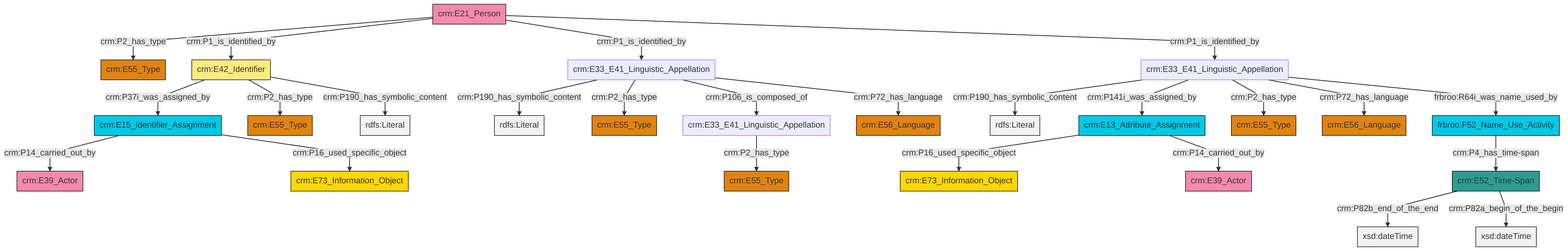
swiss-art-research-net/reference-data-models keeps this Mermaid diagram as et/personCSV/ttl/mmd/png/Person_Names_and_Classification.png. Above is the earlier version. Its source is kept beside it as et/personCSV/ttl/mmd/Person_Names_and_Classification.ttl.mmd.
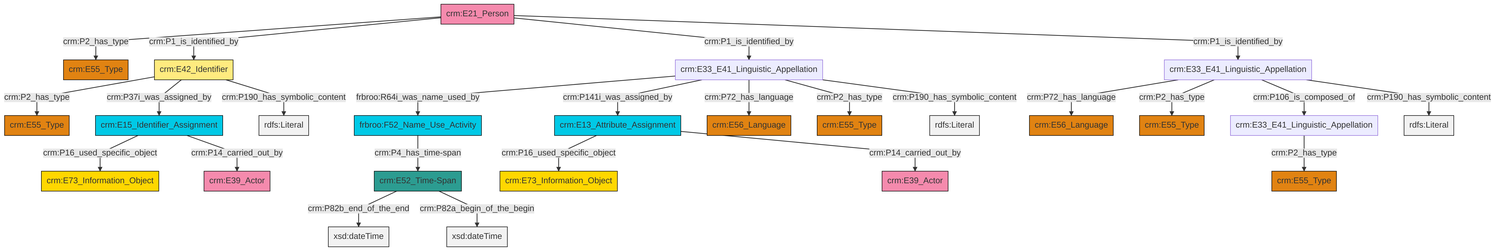
The same diagram one commit later.

The edit, as a diff of the source:
```diff
@@ -13,27 +13,27 @@
 classDef PC_Classes fill:#4ce600, stroke:#000000;
 classDef Multi fill:#cccccc,stroke:#000000;
 
-2["frbroo:F52_Name_Use_Activity"]:::Temporal_Entity -->|crm:P4_has_time-span| 3["crm:E52_Time-Span"]:::Time-Span
-6["crm:E13_Attribute_Assignment"]:::Temporal_Entity -->|crm:P16_used_specific_object| 4["crm:E73_Information_Object"]:::Conceptual_Object
-7["crm:E33_E41_Linguistic_Appellation"]:::Default -->|crm:P2_has_type| 8["crm:E55_Type"]:::Type
-13["crm:E33_E41_Linguistic_Appellation"]:::Default -->|crm:P190_has_symbolic_content| 17[rdfs:Literal]:::Literal
-18["crm:E33_E41_Linguistic_Appellation"]:::Default -->|crm:P190_has_symbolic_content| 19[rdfs:Literal]:::Literal
-20["crm:E21_Person"]:::Actor -->|crm:P2_has_type| 21["crm:E55_Type"]:::Type
-23["crm:E15_Identifier_Assignment"]:::Temporal_Entity -->|crm:P14_carried_out_by| 24["crm:E39_Actor"]:::Actor
-20["crm:E21_Person"]:::Actor -->|crm:P1_is_identified_by| 0["crm:E42_Identifier"]:::Appellation
-0["crm:E42_Identifier"]:::Appellation -->|crm:P37i_was_assigned_by| 23["crm:E15_Identifier_Assignment"]:::Temporal_Entity
-6["crm:E13_Attribute_Assignment"]:::Temporal_Entity -->|crm:P14_carried_out_by| 9["crm:E39_Actor"]:::Actor
-20["crm:E21_Person"]:::Actor -->|crm:P1_is_identified_by| 18["crm:E33_E41_Linguistic_Appellation"]:::Default
-0["crm:E42_Identifier"]:::Appellation -->|crm:P2_has_type| 28["crm:E55_Type"]:::Type
-13["crm:E33_E41_Linguistic_Appellation"]:::Default -->|crm:P141i_was_assigned_by| 6["crm:E13_Attribute_Assignment"]:::Temporal_Entity
-13["crm:E33_E41_Linguistic_Appellation"]:::Default -->|crm:P2_has_type| 31["crm:E55_Type"]:::Type
-18["crm:E33_E41_Linguistic_Appellation"]:::Default -->|crm:P2_has_type| 15["crm:E55_Type"]:::Type
-13["crm:E33_E41_Linguistic_Appellation"]:::Default -->|crm:P72_has_language| 29["crm:E56_Language"]:::Type
-13["crm:E33_E41_Linguistic_Appellation"]:::Default -->|frbroo:R64i_was_name_used_by| 2["frbroo:F52_Name_Use_Activity"]:::Temporal_Entity
-18["crm:E33_E41_Linguistic_Appellation"]:::Default -->|crm:P106_is_composed_of| 7["crm:E33_E41_Linguistic_Appellation"]:::Default
-20["crm:E21_Person"]:::Actor -->|crm:P1_is_identified_by| 13["crm:E33_E41_Linguistic_Appellation"]:::Default
-18["crm:E33_E41_Linguistic_Appellation"]:::Default -->|crm:P72_has_language| 40["crm:E56_Language"]:::Type
-3["crm:E52_Time-Span"]:::Time-Span -->|crm:P82b_end_of_the_end| 42[xsd:dateTime]:::Literal
-3["crm:E52_Time-Span"]:::Time-Span -->|crm:P82a_begin_of_the_begin| 43[xsd:dateTime]:::Literal
-0["crm:E42_Identifier"]:::Appellation -->|crm:P190_has_symbolic_content| 45[rdfs:Literal]:::Literal
-23["crm:E15_Identifier_Assignment"]:::Temporal_Entity -->|crm:P16_used_specific_object| 11["crm:E73_Information_Object"]:::Conceptual_Object
+0["crm:E13_Attribute_Assignment"]:::Temporal_Entity -->|crm:P16_used_specific_object| 1["crm:E73_Information_Object"]:::Conceptual_Object
+2["crm:E42_Identifier"]:::Appellation -->|crm:P2_has_type| 3["crm:E55_Type"]:::Type
+4["crm:E21_Person"]:::Actor -->|crm:P2_has_type| 5["crm:E55_Type"]:::Type
+10["crm:E33_E41_Linguistic_Appellation"]:::Default -->|frbroo:R64i_was_name_used_by| 8["frbroo:F52_Name_Use_Activity"]:::Temporal_Entity
+8["frbroo:F52_Name_Use_Activity"]:::Temporal_Entity -->|crm:P4_has_time-span| 13["crm:E52_Time-Span"]:::Time-Span
+10["crm:E33_E41_Linguistic_Appellation"]:::Default -->|crm:P141i_was_assigned_by| 0["crm:E13_Attribute_Assignment"]:::Temporal_Entity
+20["crm:E15_Identifier_Assignment"]:::Temporal_Entity -->|crm:P16_used_specific_object| 17["crm:E73_Information_Object"]:::Conceptual_Object
+2["crm:E42_Identifier"]:::Appellation -->|crm:P37i_was_assigned_by| 20["crm:E15_Identifier_Assignment"]:::Temporal_Entity
+15["crm:E33_E41_Linguistic_Appellation"]:::Default -->|crm:P72_has_language| 24["crm:E56_Language"]:::Type
+13["crm:E52_Time-Span"]:::Time-Span -->|crm:P82b_end_of_the_end| 25[xsd:dateTime]:::Literal
+4["crm:E21_Person"]:::Actor -->|crm:P1_is_identified_by| 2["crm:E42_Identifier"]:::Appellation
+10["crm:E33_E41_Linguistic_Appellation"]:::Default -->|crm:P72_has_language| 26["crm:E56_Language"]:::Type
+21["crm:E33_E41_Linguistic_Appellation"]:::Default -->|crm:P2_has_type| 28["crm:E55_Type"]:::Type
+4["crm:E21_Person"]:::Actor -->|crm:P1_is_identified_by| 10["crm:E33_E41_Linguistic_Appellation"]:::Default
+2["crm:E42_Identifier"]:::Appellation -->|crm:P190_has_symbolic_content| 30[rdfs:Literal]:::Literal
+15["crm:E33_E41_Linguistic_Appellation"]:::Default -->|crm:P2_has_type| 33["crm:E55_Type"]:::Type
+10["crm:E33_E41_Linguistic_Appellation"]:::Default -->|crm:P2_has_type| 6["crm:E55_Type"]:::Type
+10["crm:E33_E41_Linguistic_Appellation"]:::Default -->|crm:P190_has_symbolic_content| 35[rdfs:Literal]:::Literal
+20["crm:E15_Identifier_Assignment"]:::Temporal_Entity -->|crm:P14_carried_out_by| 38["crm:E39_Actor"]:::Actor
+15["crm:E33_E41_Linguistic_Appellation"]:::Default -->|crm:P106_is_composed_of| 21["crm:E33_E41_Linguistic_Appellation"]:::Default
+13["crm:E52_Time-Span"]:::Time-Span -->|crm:P82a_begin_of_the_begin| 39[xsd:dateTime]:::Literal
+0["crm:E13_Attribute_Assignment"]:::Temporal_Entity -->|crm:P14_carried_out_by| 40["crm:E39_Actor"]:::Actor
+4["crm:E21_Person"]:::Actor -->|crm:P1_is_identified_by| 15["crm:E33_E41_Linguistic_Appellation"]:::Default
+15["crm:E33_E41_Linguistic_Appellation"]:::Default -->|crm:P190_has_symbolic_content| 42[rdfs:Literal]:::Literal
```
